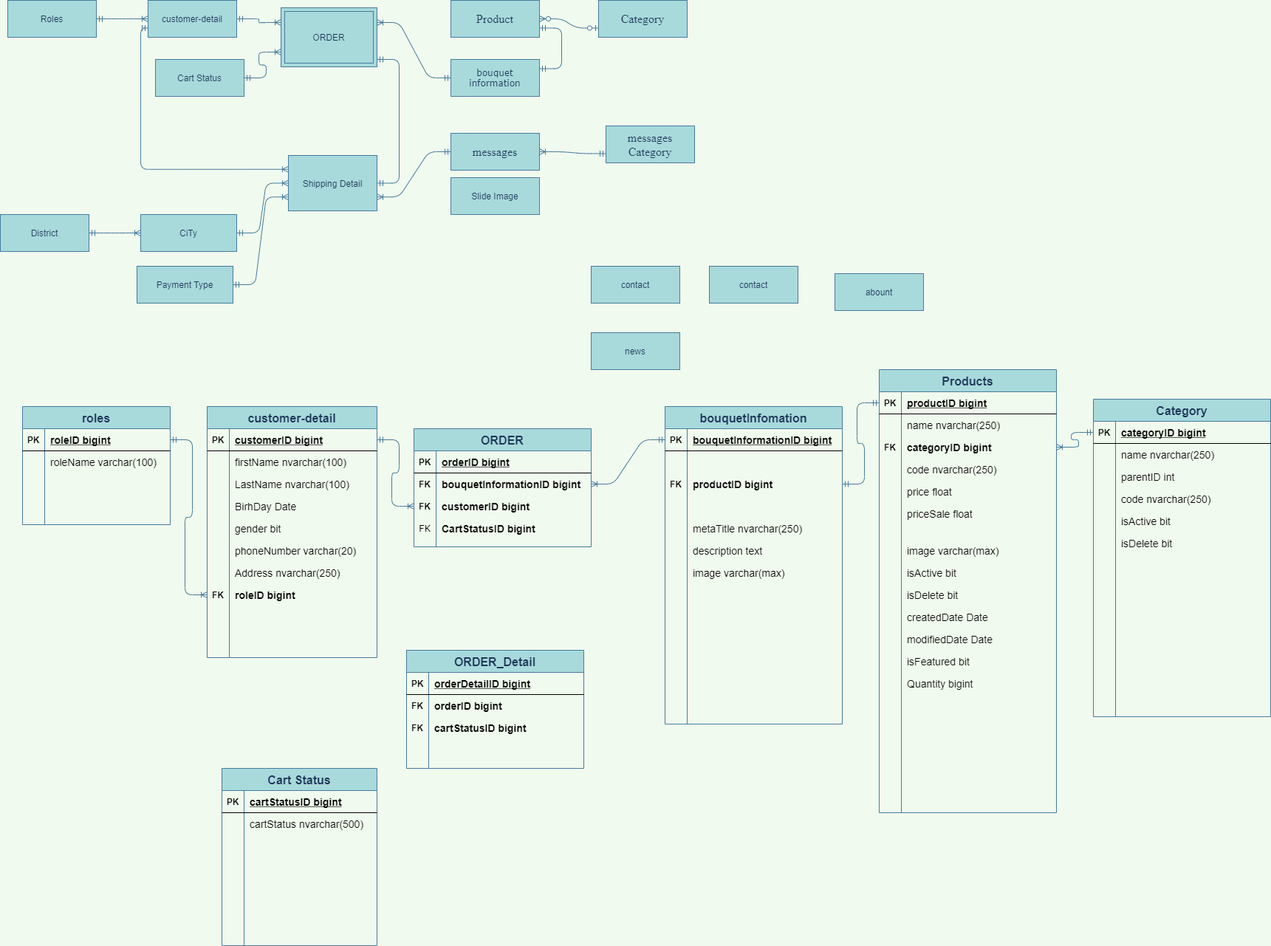
Before: Untitled Diagram.png, a diagram exported from draw.io (maialino123/Eproject-SEM3). Source tidied: cells renumbered, new cells last; positions are measured from the earlier drawing's top-left corner, leaving out a move shared by most shapes.
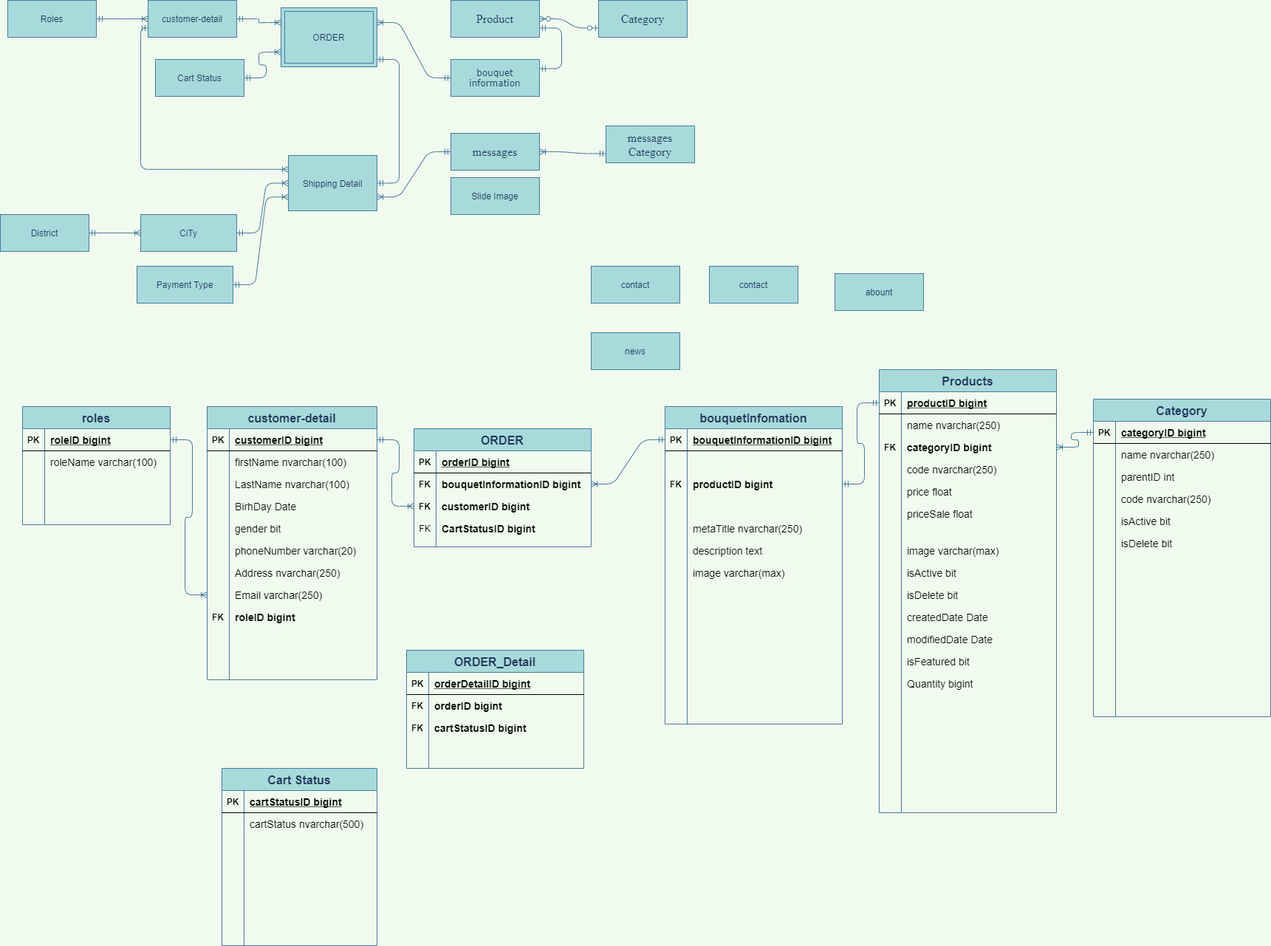
Above is the later version.

What changed in the source:
```diff
@@ -134,7 +134,7 @@
       <mxGeometry x="30" width="170" height="30" as="geometry" />
     </mxCell>
     <mxCell id="45" value="customer-detail" style="shape=table;startSize=30;rowLines=0;fontStyle=1;align=center;rounded=0;sketch=0;fontColor=#1D3557;strokeColor=#457B9D;fillColor=#A8DADC;fontSize=16;" parent="1" vertex="1">
-      <mxGeometry x="280" y="550" width="230" height="340" as="geometry" />
+      <mxGeometry x="280" y="550" width="230" height="370" as="geometry" />
     </mxCell>
     <mxCell id="46" style="shape=partialRectangle;fillColor=none;top=0;left=0;bottom=1;right=0;points=[[0,0.5],[1,0.5]];portConstraint=eastwest;" parent="45" vertex="1">
       <mxGeometry y="30" width="230" height="30" as="geometry" />
@@ -202,12 +202,21 @@
     <mxCell id="67" style="shape=partialRectangle;fillColor=none;top=0;left=0;bottom=0;right=0;points=[[0,0.5],[1,0.5]];portConstraint=eastwest;" parent="45" vertex="1">
       <mxGeometry y="240" width="230" height="30" as="geometry" />
     </mxCell>
-    <mxCell id="68" value="FK" style="shape=partialRectangle;fillColor=none;top=0;left=0;bottom=0;right=0;overflow=hidden;fontStyle=1;" parent="67" vertex="1">
+    <mxCell id="68" style="shape=partialRectangle;fillColor=none;top=0;left=0;bottom=0;right=0;overflow=hidden;fontStyle=1;" parent="67" vertex="1">
       <mxGeometry width="30" height="30" as="geometry" />
     </mxCell>
-    <mxCell id="69" value="roleID bigint" style="shape=partialRectangle;fillColor=none;top=0;left=0;bottom=0;right=0;align=left;spacingLeft=6;overflow=hidden;fontSize=14;fontStyle=1;" parent="67" vertex="1">
+    <mxCell id="69" value="Email varchar(250)" style="shape=partialRectangle;fillColor=none;top=0;left=0;bottom=0;right=0;align=left;spacingLeft=6;overflow=hidden;fontSize=14;fontStyle=0;" parent="67" vertex="1">
       <mxGeometry x="30" width="200" height="30" as="geometry" />
     </mxCell>
+    <mxCell id="217" style="shape=partialRectangle;fillColor=none;top=0;left=0;bottom=0;right=0;" parent="45" vertex="1">
+      <mxGeometry y="270" width="230" height="30" as="geometry" />
+    </mxCell>
+    <mxCell id="218" value="FK" style="shape=partialRectangle;fillColor=none;top=0;left=0;bottom=0;right=0;overflow=hidden;fontStyle=1;" parent="217" vertex="1">
+      <mxGeometry width="30" height="30" as="geometry" />
+    </mxCell>
+    <mxCell id="219" value="roleID bigint" style="shape=partialRectangle;fillColor=none;top=0;left=0;bottom=0;right=0;align=left;spacingLeft=6;overflow=hidden;fontSize=14;fontStyle=1;" parent="217" vertex="1">
+      <mxGeometry x="30" width="200" height="30" as="geometry" />
+    </mxCell>
     <mxCell id="70" value="Cart Status" style="shape=table;startSize=30;rowLines=0;fontStyle=1;align=center;rounded=0;sketch=0;fontColor=#1D3557;strokeColor=#457B9D;fillColor=#A8DADC;fontSize=16;" parent="1" vertex="1">
       <mxGeometry x="300" y="1040" width="210" height="240" as="geometry" />
     </mxCell>
```
